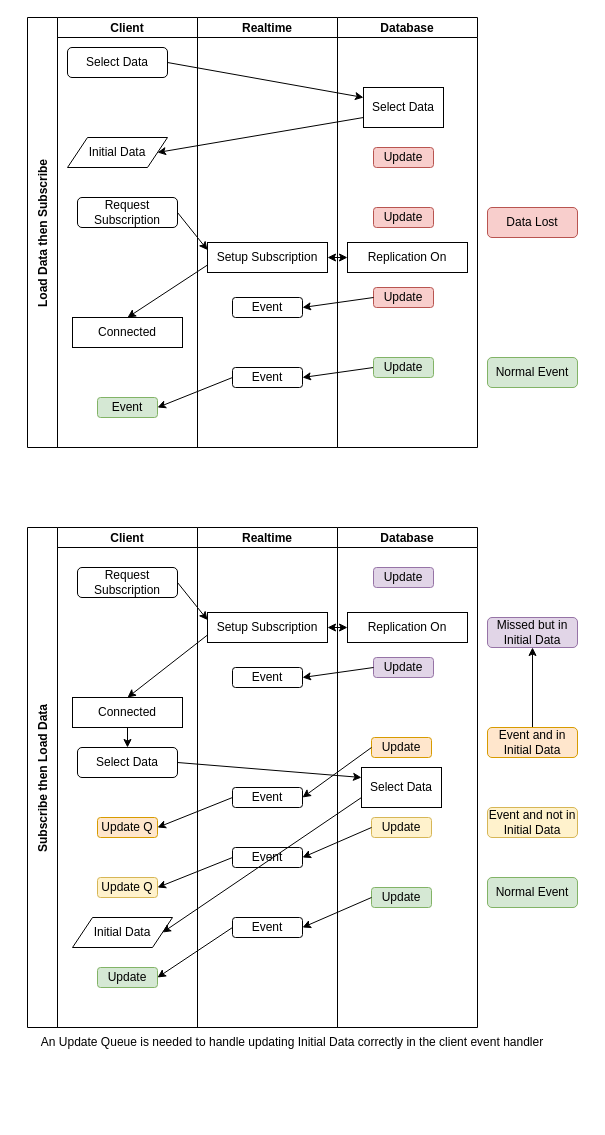
Earlier version of the draw.io diagram Untitled Diagram.drawio (GaryAustin1/Realtime2). Source tidied: cells renumbered, new cells numbered last; positions are measured from the earlier drawing's top-left corner, leaving out a move shared by most shapes. Both pictures are drawn from the tidied source at 100%, with x=0, y=0 at pixel (27, 17).
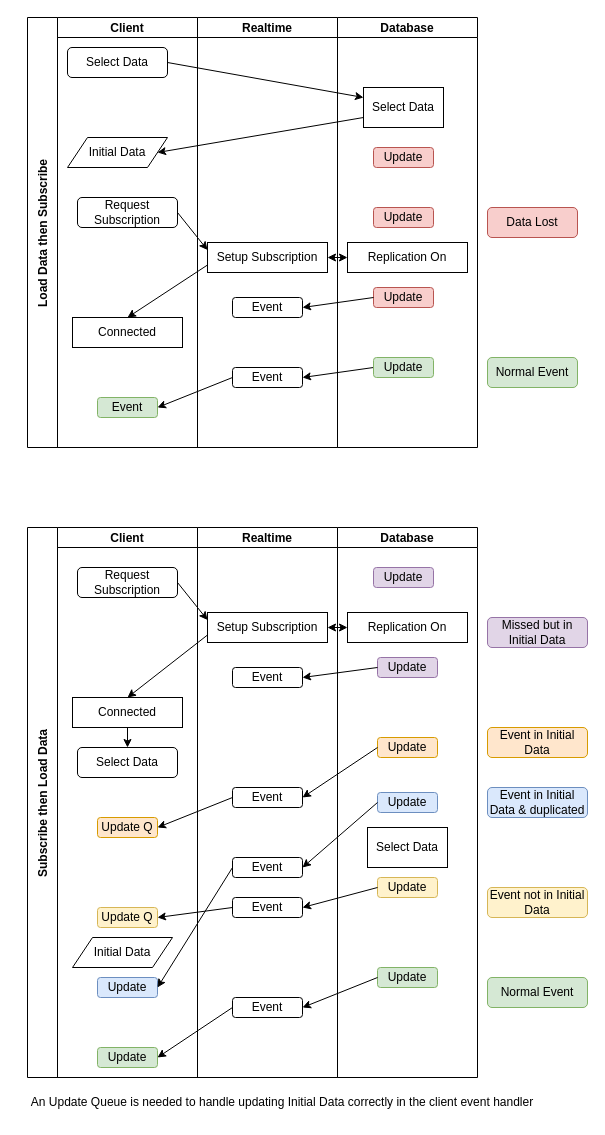
The same page after the edit.

Unchanged cells that the change refers to:
```xml
<mxCell id="12" value="Select Data" style="rounded=1;whiteSpace=wrap;html=1;" parent="11" vertex="1">
  <mxGeometry x="20" y="220" width="100" height="30" as="geometry" />
</mxCell>
```

The edit, as a diff of the source:
```diff
@@
     <mxCell id="10" value="Subscribe then Load Data" style="swimlane;startSize=30;horizontal=0;" parent="1" vertex="1">
-      <mxGeometry y="510" width="170" height="500" as="geometry" />
+      <mxGeometry y="510" width="170" height="550" as="geometry" />
     </mxCell>
     <mxCell id="11" value="Client" style="swimlane;startSize=20;" parent="10" vertex="1">
-      <mxGeometry x="30" width="140" height="500" as="geometry" />
+      <mxGeometry x="30" width="140" height="550" as="geometry" />
     </mxCell>
@@
     <mxCell id="13" value="Initial Data" style="shape=parallelogram;perimeter=parallelogramPerimeter;whiteSpace=wrap;html=1;fixedSize=1;" parent="11" vertex="1">
-      <mxGeometry x="15" y="390" width="100" height="30" as="geometry" />
+      <mxGeometry x="15" y="410" width="100" height="30" as="geometry" />
     </mxCell>
@@
     <mxCell id="16" value="Update" style="rounded=1;whiteSpace=wrap;html=1;fillColor=#d5e8d4;strokeColor=#82b366;" parent="11" vertex="1">
-      <mxGeometry x="40" y="440" width="60" height="20" as="geometry" />
+      <mxGeometry x="40" y="520" width="60" height="20" as="geometry" />
     </mxCell>
@@
     <mxCell id="18" value="Update Q" style="rounded=1;whiteSpace=wrap;html=1;fillColor=#fff2cc;strokeColor=#d6b656;" parent="11" vertex="1">
-      <mxGeometry x="40" y="350" width="60" height="20" as="geometry" />
+      <mxGeometry x="40" y="380" width="60" height="20" as="geometry" />
     </mxCell>
@@
+    <mxCell id="72" value="Update" style="rounded=1;whiteSpace=wrap;html=1;fillColor=#dae8fc;strokeColor=#6c8ebf;" parent="11" vertex="1">
+      <mxGeometry x="40" y="450" width="60" height="20" as="geometry" />
+    </mxCell>
@@
     <mxCell id="21" value="Realtime" style="swimlane;startSize=20;" parent="1" vertex="1">
-      <mxGeometry x="170" y="510" width="140" height="500" as="geometry" />
+      <mxGeometry x="170" y="510" width="140" height="550" as="geometry" />
     </mxCell>
@@
-    <mxCell id="24" value="Event" style="rounded=1;whiteSpace=wrap;html=1;" parent="21" vertex="1">
-      <mxGeometry x="35" y="320" width="70" height="20" as="geometry" />
-    </mxCell>
@@
     <mxCell id="26" value="Event" style="rounded=1;whiteSpace=wrap;html=1;" parent="21" vertex="1">
-      <mxGeometry x="35" y="390" width="70" height="20" as="geometry" />
+      <mxGeometry x="35" y="470" width="70" height="20" as="geometry" />
     </mxCell>
+    <mxCell id="24" value="Event" style="rounded=1;whiteSpace=wrap;html=1;" parent="21" vertex="1">
+      <mxGeometry x="35" y="370" width="70" height="20" as="geometry" />
+    </mxCell>
+    <mxCell id="73" value="Event" style="rounded=1;whiteSpace=wrap;html=1;" parent="21" vertex="1">
+      <mxGeometry x="35" y="330" width="70" height="20" as="geometry" />
+    </mxCell>
+    <mxCell id="74" style="edgeStyle=orthogonalEdgeStyle;rounded=0;orthogonalLoop=1;jettySize=auto;html=1;exitX=0.5;exitY=1;exitDx=0;exitDy=0;" parent="21" edge="1" source="24" target="24">
+      <mxGeometry relative="1" as="geometry" />
+    </mxCell>
@@
-    <mxCell id="29" style="endArrow=classic;html=1;rounded=0;entryX=1;entryY=0.5;entryDx=0;entryDy=0;exitX=0;exitY=0.75;exitDx=0;exitDy=0;" parent="1" edge="1" source="32" target="13">
-      <mxGeometry relative="1" as="geometry" />
-    </mxCell>
-    <mxCell id="30" style="endArrow=classic;html=1;rounded=0;exitX=1;exitY=0.5;exitDx=0;exitDy=0;entryX=0;entryY=0.25;entryDx=0;entryDy=0;" parent="1" edge="1" source="12" target="32">
-      <mxGeometry relative="1" as="geometry" />
-    </mxCell>
     <mxCell id="31" value="Database" style="swimlane;startSize=20;" parent="1" vertex="1">
-      <mxGeometry x="310" y="510" width="140" height="500" as="geometry" />
+      <mxGeometry x="310" y="510" width="140" height="550" as="geometry" />
     </mxCell>
     <mxCell id="32" value="Select Data" style="rounded=0;whiteSpace=wrap;html=1;" parent="31" vertex="1">
-      <mxGeometry x="24" y="240" width="80" height="40" as="geometry" />
+      <mxGeometry x="30" y="300" width="80" height="40" as="geometry" />
     </mxCell>
     <mxCell id="33" value="Update" style="rounded=1;whiteSpace=wrap;html=1;fillColor=#e1d5e7;strokeColor=#9673a6;" parent="31" vertex="1">
-      <mxGeometry x="36" y="130" width="60" height="20" as="geometry" />
+      <mxGeometry x="40" y="130" width="60" height="20" as="geometry" />
     </mxCell>
@@
     <mxCell id="35" value="Update" style="rounded=1;whiteSpace=wrap;html=1;fillColor=#d5e8d4;strokeColor=#82b366;" parent="31" vertex="1">
-      <mxGeometry x="34" y="360" width="60" height="20" as="geometry" />
+      <mxGeometry x="40" y="440" width="60" height="20" as="geometry" />
     </mxCell>
@@
     <mxCell id="37" value="Update" style="rounded=1;whiteSpace=wrap;html=1;fillColor=#ffe6cc;strokeColor=#d79b00;" parent="31" vertex="1">
-      <mxGeometry x="34" y="210" width="60" height="20" as="geometry" />
+      <mxGeometry x="40" y="210" width="60" height="20" as="geometry" />
     </mxCell>
     <mxCell id="38" value="Update" style="rounded=1;whiteSpace=wrap;html=1;fillColor=#fff2cc;strokeColor=#d6b656;" parent="31" vertex="1">
-      <mxGeometry x="34" y="290" width="60" height="20" as="geometry" />
+      <mxGeometry x="40" y="350" width="60" height="20" as="geometry" />
     </mxCell>
+    <mxCell id="75" value="Update" style="rounded=1;whiteSpace=wrap;html=1;fillColor=#dae8fc;strokeColor=#6c8ebf;" parent="31" vertex="1">
+      <mxGeometry x="40" y="265" width="60" height="20" as="geometry" />
+    </mxCell>
@@
     <mxCell id="45" value="Missed but in Initial Data" style="rounded=1;whiteSpace=wrap;html=1;fillColor=#e1d5e7;strokeColor=#9673a6;" parent="1" vertex="1">
-      <mxGeometry x="460" y="600" width="90" height="30" as="geometry" />
+      <mxGeometry x="460" y="600" width="100" height="30" as="geometry" />
     </mxCell>
-    <mxCell id="46" style="edgeStyle=orthogonalEdgeStyle;rounded=0;jettySize=auto;html=1;" parent="1" edge="1" source="47" target="45">
-      <mxGeometry relative="1" as="geometry" />
-    </mxCell>
-    <mxCell id="47" value="Event and in Initial Data" style="rounded=1;whiteSpace=wrap;html=1;fillColor=#ffe6cc;strokeColor=#d79b00;" parent="1" vertex="1">
-      <mxGeometry x="460" y="710" width="90" height="30" as="geometry" />
+    <mxCell id="47" value="Event in Initial Data" style="rounded=1;whiteSpace=wrap;html=1;fillColor=#ffe6cc;strokeColor=#d79b00;" parent="1" vertex="1">
+      <mxGeometry x="460" y="710" width="100" height="30" as="geometry" />
     </mxCell>
-    <mxCell id="48" value="Event and not in Initial Data" style="rounded=1;whiteSpace=wrap;html=1;fillColor=#fff2cc;strokeColor=#d6b656;" parent="1" vertex="1">
-      <mxGeometry x="460" y="790" width="90" height="30" as="geometry" />
+    <mxCell id="48" value="Event in Initial Data &amp;amp; duplicated" style="rounded=1;whiteSpace=wrap;html=1;fillColor=#dae8fc;strokeColor=#6c8ebf;" parent="1" vertex="1">
+      <mxGeometry x="460" y="770" width="100" height="30" as="geometry" />
     </mxCell>
     <mxCell id="49" value="&lt;div&gt;Normal Event&lt;/div&gt;" style="rounded=1;whiteSpace=wrap;html=1;fillColor=#d5e8d4;strokeColor=#82b366;" parent="1" vertex="1">
-      <mxGeometry x="460" y="860" width="90" height="30" as="geometry" />
+      <mxGeometry x="460" y="960" width="100" height="30" as="geometry" />
     </mxCell>
@@
     <mxCell id="70" value="An Update Queue is needed to handle updating Initial Data correctly in the client event handler" style="text;strokeColor=none;align=center;fillColor=none;html=1;verticalAlign=middle;whiteSpace=wrap;rounded=0;" parent="1" vertex="1">
-      <mxGeometry y="1010" width="530" height="30" as="geometry" />
+      <mxGeometry x="-10" y="1070" width="530" height="30" as="geometry" />
     </mxCell>
@@
+    <mxCell id="76" style="endArrow=classic;html=1;rounded=0;exitX=0;exitY=0.5;exitDx=0;exitDy=0;entryX=1;entryY=0.5;entryDx=0;entryDy=0;" parent="1" edge="1" source="75" target="73">
+      <mxGeometry relative="1" as="geometry" />
+    </mxCell>
+    <mxCell id="77" style="endArrow=classic;html=1;rounded=0;exitX=0;exitY=0.5;exitDx=0;exitDy=0;entryX=1;entryY=0.5;entryDx=0;entryDy=0;" parent="1" edge="1" source="73" target="72">
+      <mxGeometry relative="1" as="geometry" />
+    </mxCell>
+    <mxCell id="78" value="Event not in Initial Data" style="rounded=1;whiteSpace=wrap;html=1;fillColor=#fff2cc;strokeColor=#d6b656;" parent="1" vertex="1">
+      <mxGeometry x="460" y="870" width="100" height="30" as="geometry" />
+    </mxCell>
```
